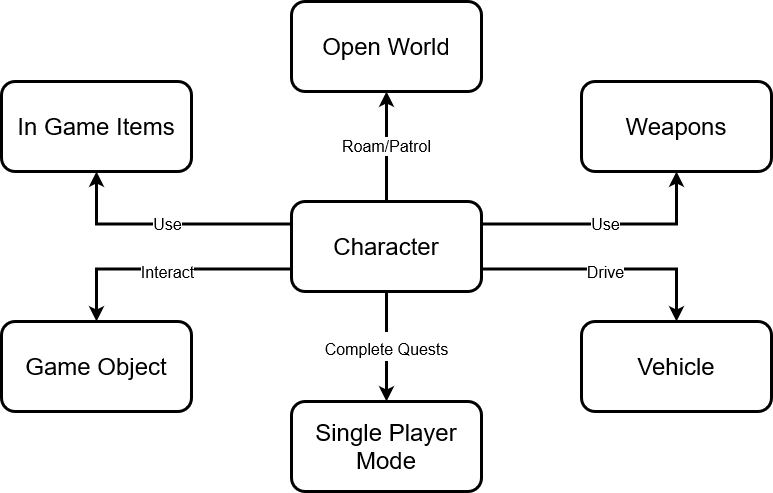
The draw.io diagram Pictures/crs/crc 4.drawio.png in FM-Man/SPL_2, before a commit. Source tidied: cells renumbered, new cells last; positions are measured from the earlier drawing's top-left corner, leaving out a move shared by most shapes. Source of this version:
```xml
<mxGraphModel>
  <root>
    <mxCell id="0" />
    <mxCell id="1" parent="0" />
    <mxCell id="2" value="Roam/Patrol" style="edgeStyle=orthogonalEdgeStyle;rounded=0;jettySize=auto;html=1;entryX=0.5;entryY=1;entryDx=0;entryDy=0;fontSize=16;strokeWidth=3;" parent="1" edge="1" source="8" target="9">
      <mxGeometry relative="1" as="geometry" />
    </mxCell>
    <mxCell id="3" value="Use" style="edgeStyle=orthogonalEdgeStyle;rounded=0;jettySize=auto;html=1;exitX=1;exitY=0.25;exitDx=0;exitDy=0;entryX=0.5;entryY=1;entryDx=0;entryDy=0;fontSize=16;strokeWidth=3;" parent="1" edge="1" source="8" target="11">
      <mxGeometry relative="1" as="geometry" />
    </mxCell>
    <mxCell id="4" value="Use" style="edgeStyle=orthogonalEdgeStyle;rounded=0;jettySize=auto;html=1;exitX=0;exitY=0.25;exitDx=0;exitDy=0;entryX=0.5;entryY=1;entryDx=0;entryDy=0;fontSize=16;strokeWidth=3;" parent="1" edge="1" source="8" target="12">
      <mxGeometry relative="1" as="geometry" />
    </mxCell>
    <mxCell id="5" value="&lt;font style=&quot;font-size: 16px&quot;&gt;Interact&lt;/font&gt;" style="edgeStyle=orthogonalEdgeStyle;rounded=0;jettySize=auto;html=1;exitX=0;exitY=0.75;exitDx=0;exitDy=0;entryX=0.5;entryY=0;entryDx=0;entryDy=0;fontSize=24;strokeWidth=3;" parent="1" edge="1" source="8" target="13">
      <mxGeometry relative="1" as="geometry" />
    </mxCell>
    <mxCell id="6" value="&lt;font style=&quot;font-size: 16px&quot;&gt;Drive&lt;/font&gt;" style="edgeStyle=orthogonalEdgeStyle;rounded=0;jettySize=auto;html=1;exitX=1;exitY=0.75;exitDx=0;exitDy=0;entryX=0.5;entryY=0;entryDx=0;entryDy=0;fontSize=24;strokeWidth=3;" parent="1" edge="1" source="8" target="10">
      <mxGeometry relative="1" as="geometry" />
    </mxCell>
    <mxCell id="7" value="&lt;font size=&quot;3&quot;&gt;Complete Quests&lt;br&gt;&lt;/font&gt;" style="edgeStyle=orthogonalEdgeStyle;rounded=0;jettySize=auto;html=1;exitX=0.5;exitY=1;exitDx=0;exitDy=0;fontSize=24;strokeWidth=3;" parent="1" edge="1" source="8" target="14">
      <mxGeometry relative="1" as="geometry" />
    </mxCell>
    <mxCell id="8" value="&lt;font style=&quot;font-size: 24px&quot;&gt;Character&lt;/font&gt;" style="rounded=1;whiteSpace=wrap;html=1;strokeWidth=3;" parent="1" vertex="1">
      <mxGeometry x="290" y="200" width="190" height="90" as="geometry" />
    </mxCell>
    <mxCell id="9" value="&lt;font style=&quot;font-size: 24px&quot;&gt;Open World&lt;br&gt;&lt;/font&gt;" style="rounded=1;whiteSpace=wrap;html=1;strokeWidth=3;" parent="1" vertex="1">
      <mxGeometry x="290" width="190" height="90" as="geometry" />
    </mxCell>
    <mxCell id="10" value="&lt;font style=&quot;font-size: 24px&quot;&gt;Vehicle&lt;br&gt;&lt;/font&gt;" style="rounded=1;whiteSpace=wrap;html=1;strokeWidth=3;" parent="1" vertex="1">
      <mxGeometry x="580" y="320" width="190" height="90" as="geometry" />
    </mxCell>
    <mxCell id="11" value="&lt;font style=&quot;font-size: 24px&quot;&gt;Weapons&lt;br&gt;&lt;/font&gt;" style="rounded=1;whiteSpace=wrap;html=1;strokeWidth=3;" parent="1" vertex="1">
      <mxGeometry x="580" y="80" width="190" height="90" as="geometry" />
    </mxCell>
    <mxCell id="12" value="&lt;font style=&quot;font-size: 24px&quot;&gt;In Game Items&lt;br&gt;&lt;/font&gt;" style="rounded=1;whiteSpace=wrap;html=1;strokeWidth=3;" parent="1" vertex="1">
      <mxGeometry y="80" width="190" height="90" as="geometry" />
    </mxCell>
    <mxCell id="13" value="&lt;font style=&quot;font-size: 24px&quot;&gt;Game Object&lt;/font&gt;" style="rounded=1;whiteSpace=wrap;html=1;strokeWidth=3;" parent="1" vertex="1">
      <mxGeometry y="320" width="190" height="90" as="geometry" />
    </mxCell>
    <mxCell id="14" value="&lt;font style=&quot;font-size: 24px&quot;&gt;Single Player Mode&lt;br&gt;&lt;/font&gt;" style="rounded=1;whiteSpace=wrap;html=1;strokeWidth=3;" parent="1" vertex="1">
      <mxGeometry x="290" y="400" width="190" height="90" as="geometry" />
    </mxCell>
  </root>
</mxGraphModel>
```
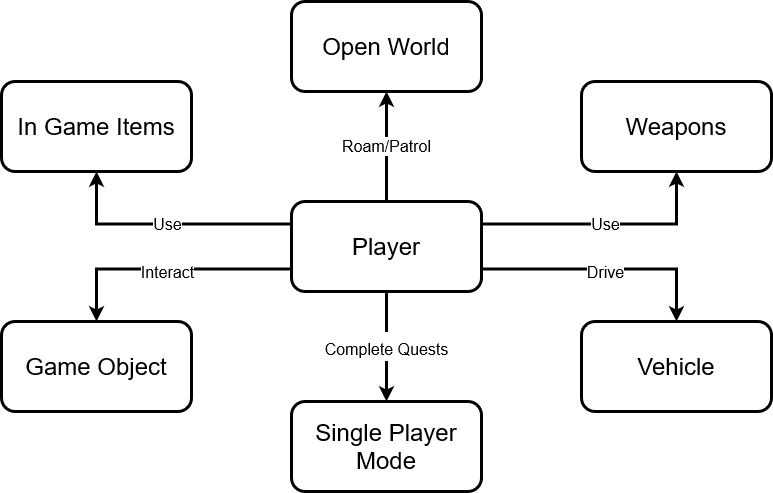
The same file after the commit.

Diff of the diagram source:
```diff
@@ -20,7 +20,7 @@
     <mxCell id="7" value="&lt;font size=&quot;3&quot;&gt;Complete Quests&lt;br&gt;&lt;/font&gt;" style="edgeStyle=orthogonalEdgeStyle;rounded=0;jettySize=auto;html=1;exitX=0.5;exitY=1;exitDx=0;exitDy=0;fontSize=24;strokeWidth=3;" parent="1" edge="1" source="8" target="14">
       <mxGeometry relative="1" as="geometry" />
     </mxCell>
-    <mxCell id="8" value="&lt;font style=&quot;font-size: 24px&quot;&gt;Character&lt;/font&gt;" style="rounded=1;whiteSpace=wrap;html=1;strokeWidth=3;" parent="1" vertex="1">
+    <mxCell id="8" value="&lt;font style=&quot;font-size: 24px&quot;&gt;Player&lt;/font&gt;" style="rounded=1;whiteSpace=wrap;html=1;strokeWidth=3;" parent="1" vertex="1">
       <mxGeometry x="290" y="200" width="190" height="90" as="geometry" />
     </mxCell>
     <mxCell id="9" value="&lt;font style=&quot;font-size: 24px&quot;&gt;Open World&lt;br&gt;&lt;/font&gt;" style="rounded=1;whiteSpace=wrap;html=1;strokeWidth=3;" parent="1" vertex="1">
```
